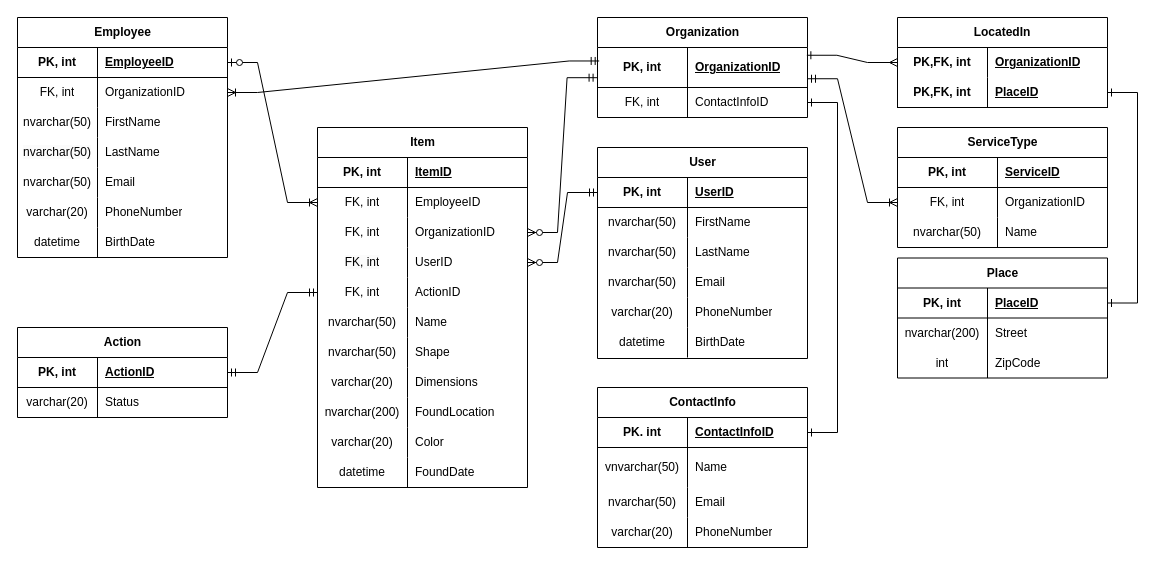
The draw.io diagram physical model.drawio in igor2080/db1_large_project, before the edit. Source tidied: cells renumbered, new cells numbered last; positions are measured from the earlier drawing's top-left corner, leaving out a move shared by most shapes. Both pictures are drawn from the tidied source at 100%, with x=0, y=0 at pixel (17, 17).
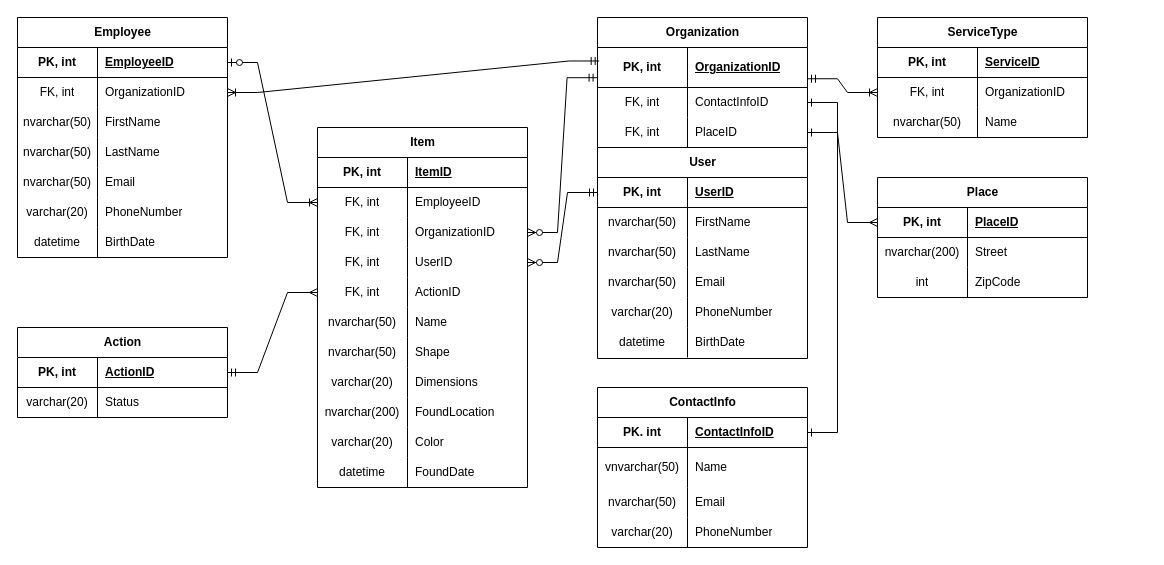
After the change.

Commit message (it also covers changes not shown here):
update arrow for action to item, remove locatedIn entity

The change refers to these unchanged cells:
```xml
<mxCell id="37" style="shape=tableRow;horizontal=0;startSize=0;swimlaneHead=0;swimlaneBody=0;fillColor=none;points=[[0,0.5],[1,0.5]];portConstraint=eastwest;top=0;left=0;right=0;bottom=0;" parent="24" vertex="1">
  <mxGeometry y="150" width="210" height="30" as="geometry" />
</mxCell>
<mxCell id="59" value="Action" style="shape=table;startSize=30;childLayout=tableLayout;rowLines=0;fontStyle=1;align=center;html=1;" parent="1" vertex="1">
  <mxGeometry y="310" width="210" height="90" as="geometry" />
</mxCell>
<mxCell id="68" style="shape=tableRow;horizontal=0;startSize=0;swimlaneHead=0;swimlaneBody=0;fillColor=none;points=[[0,0.5],[1,0.5]];portConstraint=eastwest;top=0;left=0;right=0;bottom=1;" parent="67" vertex="1">
  <mxGeometry y="30" width="210" height="40" as="geometry" />
</mxCell>
<mxCell id="130" style="shape=tableRow;horizontal=0;startSize=0;swimlaneHead=0;swimlaneBody=0;fillColor=none;points=[[0,0.5],[1,0.5]];portConstraint=eastwest;top=0;left=0;right=0;bottom=1;" parent="129" vertex="1">
  <mxGeometry y="30" width="210" height="30" as="geometry" />
</mxCell>
```

Change to the diagram source:
```diff
@@
-    <mxCell id="66" style="edgeStyle=entityRelationEdgeStyle;fontSize=12;html=1;endArrow=ERmandOne;startArrow=ERmandOne;rounded=0;" parent="1" edge="1" source="59" target="37">
+    <mxCell id="66" style="edgeStyle=entityRelationEdgeStyle;fontSize=12;html=1;endArrow=ERmany;startArrow=ERmandOne;rounded=0;endFill=0;" parent="1" edge="1" source="59" target="37">
       <mxGeometry relative="1" as="geometry" />
     </mxCell>
     <mxCell id="67" value="Organization" style="shape=table;startSize=30;childLayout=tableLayout;rowLines=0;fontStyle=1;align=center;html=1;" parent="1" vertex="1">
-      <mxGeometry x="580" width="210" height="100" as="geometry" />
+      <mxGeometry x="580" width="210" height="130" as="geometry" />
     </mxCell>
@@
+    <mxCell id="140" style="shape=tableRow;horizontal=0;startSize=0;swimlaneHead=0;swimlaneBody=0;fillColor=none;points=[[0,0.5],[1,0.5]];portConstraint=eastwest;top=0;left=0;right=0;bottom=0;" parent="67" vertex="1">
+      <mxGeometry y="100" width="210" height="30" as="geometry" />
+    </mxCell>
+    <mxCell id="141" value="FK, int" style="shape=partialRectangle;fillColor=none;top=0;left=0;bottom=0;right=0;overflow=hidden;whiteSpace=wrap;html=1;" parent="140" vertex="1">
+      <mxGeometry width="90" height="30" as="geometry" />
+    </mxCell>
+    <mxCell id="116" value="PlaceID" style="shape=partialRectangle;fillColor=none;top=0;left=0;bottom=0;right=0;align=left;spacingLeft=6;overflow=hidden;whiteSpace=wrap;html=1;" parent="140" vertex="1">
+      <mxGeometry x="90" width="120" height="30" as="geometry" />
+    </mxCell>
@@
-    <mxCell id="110" value="LocatedIn" style="shape=table;startSize=30;childLayout=tableLayout;rowLines=0;fontStyle=1;align=center;html=1;whiteSpace=wrap;" parent="1" vertex="1">
-      <mxGeometry x="880" width="210" height="90" as="geometry" />
-    </mxCell>
-    <mxCell id="111" style="shape=tableRow;horizontal=0;startSize=0;swimlaneHead=0;swimlaneBody=0;fillColor=none;points=[[0,0.5],[1,0.5]];portConstraint=eastwest;top=0;left=0;right=0;bottom=0;html=1;" parent="110" vertex="1">
-      <mxGeometry y="30" width="210" height="30" as="geometry" />
-    </mxCell>
-    <mxCell id="112" value="PK,FK, int" style="shape=partialRectangle;fillColor=none;top=0;left=0;bottom=0;right=0;fontStyle=1;overflow=hidden;html=1;whiteSpace=wrap;" parent="111" vertex="1">
-      <mxGeometry width="90" height="30" as="geometry" />
-    </mxCell>
-    <mxCell id="113" value="OrganizationID" style="shape=partialRectangle;fillColor=none;top=0;left=0;bottom=0;right=0;align=left;spacingLeft=6;fontStyle=5;overflow=hidden;html=1;whiteSpace=wrap;" parent="111" vertex="1">
-      <mxGeometry x="90" width="120" height="30" as="geometry" />
-    </mxCell>
-    <mxCell id="114" style="shape=tableRow;horizontal=0;startSize=0;swimlaneHead=0;swimlaneBody=0;fillColor=none;points=[[0,0.5],[1,0.5]];portConstraint=eastwest;top=0;left=0;right=0;bottom=1;html=1;" parent="110" vertex="1">
-      <mxGeometry y="60" width="210" height="30" as="geometry" />
-    </mxCell>
-    <mxCell id="115" value="PK,FK, int" style="shape=partialRectangle;fillColor=none;top=0;left=0;bottom=0;right=0;fontStyle=1;overflow=hidden;html=1;whiteSpace=wrap;" parent="114" vertex="1">
-      <mxGeometry width="90" height="30" as="geometry" />
-    </mxCell>
-    <mxCell id="116" value="PlaceID" style="shape=partialRectangle;fillColor=none;top=0;left=0;bottom=0;right=0;align=left;spacingLeft=6;fontStyle=5;overflow=hidden;html=1;whiteSpace=wrap;" parent="114" vertex="1">
-      <mxGeometry x="90" width="120" height="30" as="geometry" />
-    </mxCell>
-    <mxCell id="117" style="edgeStyle=entityRelationEdgeStyle;fontSize=12;html=1;endArrow=ERmany;startArrow=ERone;rounded=0;exitX=0.997;exitY=0.194;exitDx=0;exitDy=0;exitPerimeter=0;startFill=0;" parent="1" edge="1" source="68" target="111">
+    <mxCell id="117" style="edgeStyle=entityRelationEdgeStyle;fontSize=12;html=1;endArrow=ERmany;startArrow=ERone;rounded=0;startFill=0;" parent="1" edge="1" source="140" target="130">
       <mxGeometry relative="1" as="geometry" />
     </mxCell>
     <mxCell id="118" value="ServiceType" style="shape=table;startSize=30;childLayout=tableLayout;rowLines=0;fontStyle=1;align=center;html=1;" parent="1" vertex="1">
-      <mxGeometry x="880" y="110" width="210" height="120" as="geometry" />
+      <mxGeometry x="860" width="210" height="120" as="geometry" />
     </mxCell>
@@
     <mxCell id="129" value="Place" style="shape=table;startSize=30;childLayout=tableLayout;rowLines=0;fontStyle=1;align=center;html=1;" parent="1" vertex="1">
-      <mxGeometry x="880" y="240.5" width="210" height="120" as="geometry" />
+      <mxGeometry x="860" y="160" width="210" height="120" as="geometry" />
     </mxCell>
@@
-    <mxCell id="139" style="edgeStyle=entityRelationEdgeStyle;fontSize=12;html=1;endArrow=ERone;startArrow=ERone;rounded=0;startFill=0;endFill=0;" parent="1" edge="1" source="114" target="130">
-      <mxGeometry relative="1" as="geometry" />
-    </mxCell>
```
